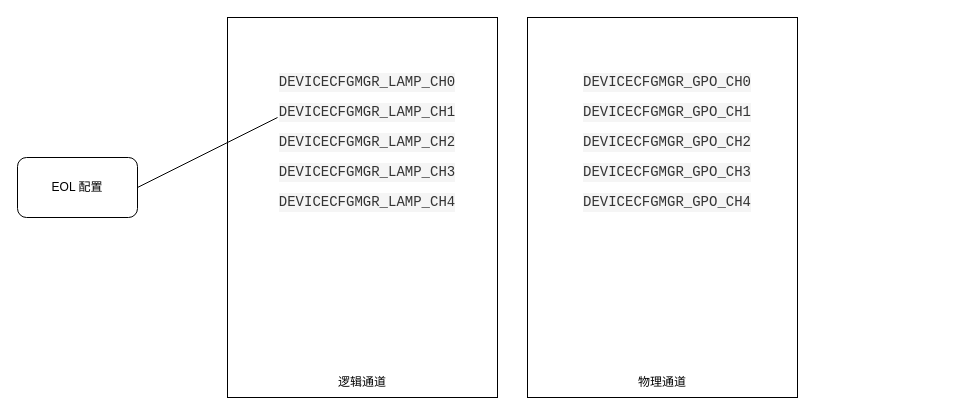
This is Gpo_configuration.drawio from woshitanwang/pics_procdure, a draw.io file, before an edit. Source tidied: cells renumbered, new cells numbered last; positions are measured from the earlier drawing's top-left corner, leaving out a move shared by most shapes. Both pictures are drawn from the tidied source at 100%, with x=0, y=0 at pixel (17, 17).
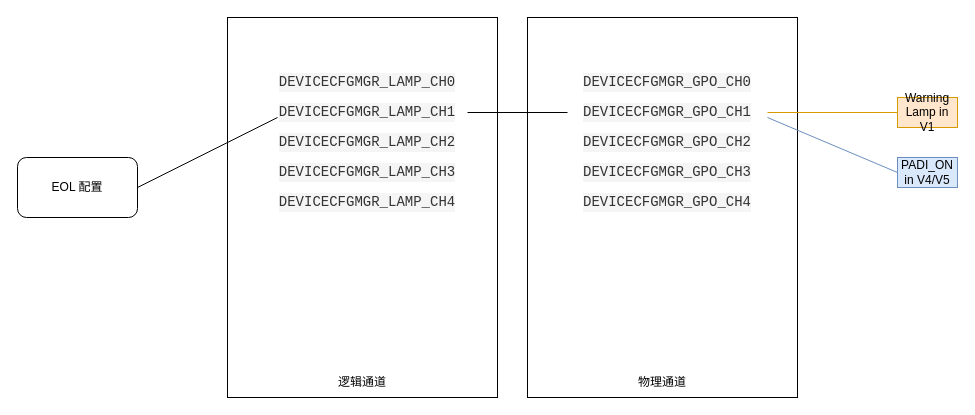
The same page after the edit.

The change refers to these unchanged cells:
```xml
<mxCell id="7" value="&lt;div style=&quot;color: rgb(51, 51, 51); background-color: rgb(245, 245, 245); font-family: Consolas, &amp;quot;Courier New&amp;quot;, monospace; font-size: 14px; line-height: 19px;&quot;&gt;DEVICECFGMGR_LAMP_CH1&lt;/div&gt;" style="text;html=1;strokeColor=none;fillColor=none;align=center;verticalAlign=middle;whiteSpace=wrap;rounded=0;" parent="1" vertex="1">
  <mxGeometry x="250" y="80" width="200" height="30" as="geometry" />
</mxCell>
<mxCell id="12" value="&lt;div style=&quot;color: rgb(51, 51, 51); background-color: rgb(245, 245, 245); font-family: Consolas, &amp;quot;Courier New&amp;quot;, monospace; font-size: 14px; line-height: 19px;&quot;&gt;&lt;div style=&quot;line-height: 19px;&quot;&gt;DEVICECFGMGR_GPO_CH1&lt;/div&gt;&lt;/div&gt;" style="text;html=1;strokeColor=none;fillColor=none;align=center;verticalAlign=middle;whiteSpace=wrap;rounded=0;" parent="1" vertex="1">
  <mxGeometry x="550" y="80" width="200" height="30" as="geometry" />
</mxCell>
```

Change to the diagram source:
```diff
@@
+    <mxCell id="18" style="endArrow=none;html=1;rounded=0;exitX=1;exitY=0.5;exitDx=0;exitDy=0;" parent="1" edge="1" source="7" target="12">
+      <mxGeometry relative="1" as="geometry" />
+    </mxCell>
+    <mxCell id="19" style="endArrow=none;html=1;rounded=0;exitX=1;exitY=0.5;exitDx=0;exitDy=0;fillColor=#ffe6cc;strokeColor=#d79b00;" parent="1" edge="1" source="12">
+      <mxGeometry relative="1" as="geometry">
+        <mxPoint x="880" y="95" as="targetPoint" />
+      </mxGeometry>
+    </mxCell>
+    <mxCell id="20" value="Warning Lamp in V1" style="text;html=1;strokeColor=#d79b00;fillColor=#ffe6cc;align=center;verticalAlign=middle;whiteSpace=wrap;rounded=0;" parent="1" vertex="1">
+      <mxGeometry x="880" y="80" width="60" height="30" as="geometry" />
+    </mxCell>
+    <mxCell id="21" style="endArrow=none;html=1;rounded=0;entryX=0;entryY=0.5;entryDx=0;entryDy=0;fillColor=#dae8fc;strokeColor=#6c8ebf;" parent="1" edge="1" target="22">
+      <mxGeometry relative="1" as="geometry">
+        <mxPoint x="750" y="100" as="sourcePoint" />
+      </mxGeometry>
+    </mxCell>
+    <mxCell id="22" value="PADI_ON in V4/V5" style="text;html=1;strokeColor=#6c8ebf;fillColor=#dae8fc;align=center;verticalAlign=middle;whiteSpace=wrap;rounded=0;" parent="1" vertex="1">
+      <mxGeometry x="880" y="140" width="60" height="30" as="geometry" />
+    </mxCell>
```
